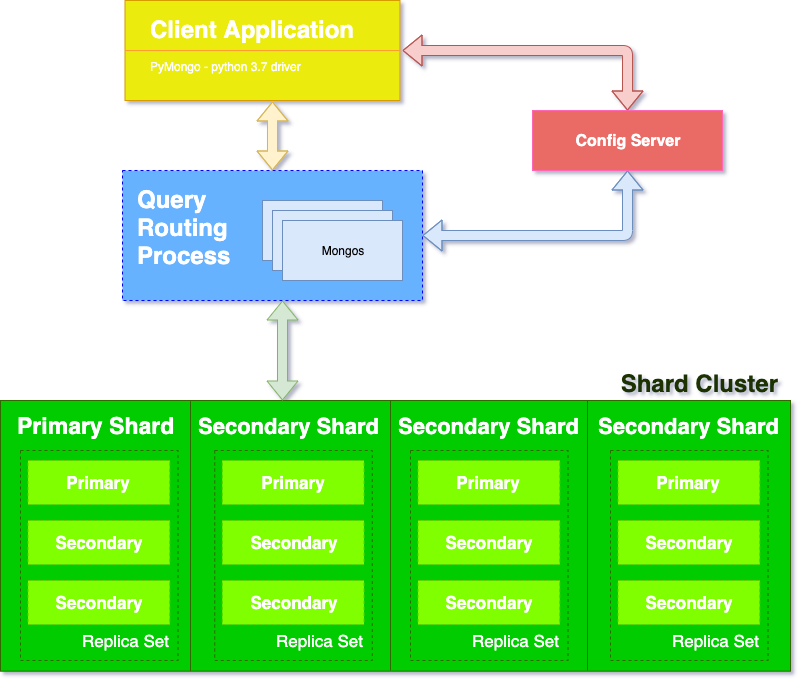
Before: img/soft_arch2.png, a diagram exported from draw.io (MatteoDJon/Task2LSMDB). Source tidied: cells renumbered, new cells last; positions are measured from the earlier drawing's top-left corner, leaving out a move shared by most shapes.
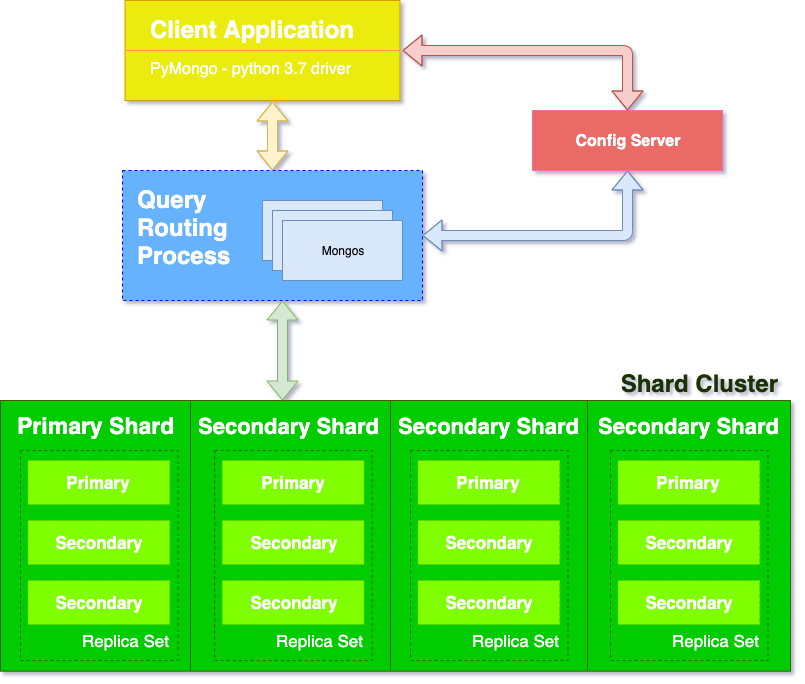
Above is the later version.

What changed in the source:
```diff
@@ -17,7 +17,7 @@
     <mxCell id="6" style="endArrow=none;html=1;entryX=1;entryY=0.5;entryDx=0;entryDy=0;exitX=0;exitY=0.5;exitDx=0;exitDy=0;strokeColor=#FF9933;" parent="1" edge="1" source="5" target="5">
       <mxGeometry relative="1" as="geometry" />
     </mxCell>
-    <mxCell id="7" value="&lt;h1&gt;&lt;font color=&quot;#ffffff&quot;&gt;Client Application&lt;/font&gt;&lt;/h1&gt;&lt;p&gt;&lt;font color=&quot;#ffffff&quot;&gt;PyMongo - python 3.7 driver&lt;/font&gt;&lt;/p&gt;" style="text;html=1;strokeColor=none;fillColor=none;spacing=5;spacingTop=-20;whiteSpace=wrap;overflow=hidden;rounded=0;" parent="1" vertex="1">
+    <mxCell id="7" value="&lt;h1&gt;&lt;font color=&quot;#ffffff&quot;&gt;Client Application&lt;/font&gt;&lt;/h1&gt;&lt;p&gt;&lt;font color=&quot;#ffffff&quot; style=&quot;font-size: 16px&quot;&gt;PyMongo - python 3.7 driver&lt;/font&gt;&lt;/p&gt;" style="text;html=1;strokeColor=none;fillColor=none;spacing=5;spacingTop=-20;whiteSpace=wrap;overflow=hidden;rounded=0;" parent="1" vertex="1">
       <mxGeometry x="144.5" y="10" width="230" height="80" as="geometry" />
     </mxCell>
     <mxCell id="8" value="&lt;font color=&quot;#ffffff&quot; size=&quot;1&quot;&gt;&lt;b style=&quot;font-size: 16px&quot;&gt;Config Server&lt;/b&gt;&lt;/font&gt;" style="rounded=0;whiteSpace=wrap;html=1;fillColor=#EA6B66;strokeColor=#FF66B3;" parent="1" vertex="1">
```
